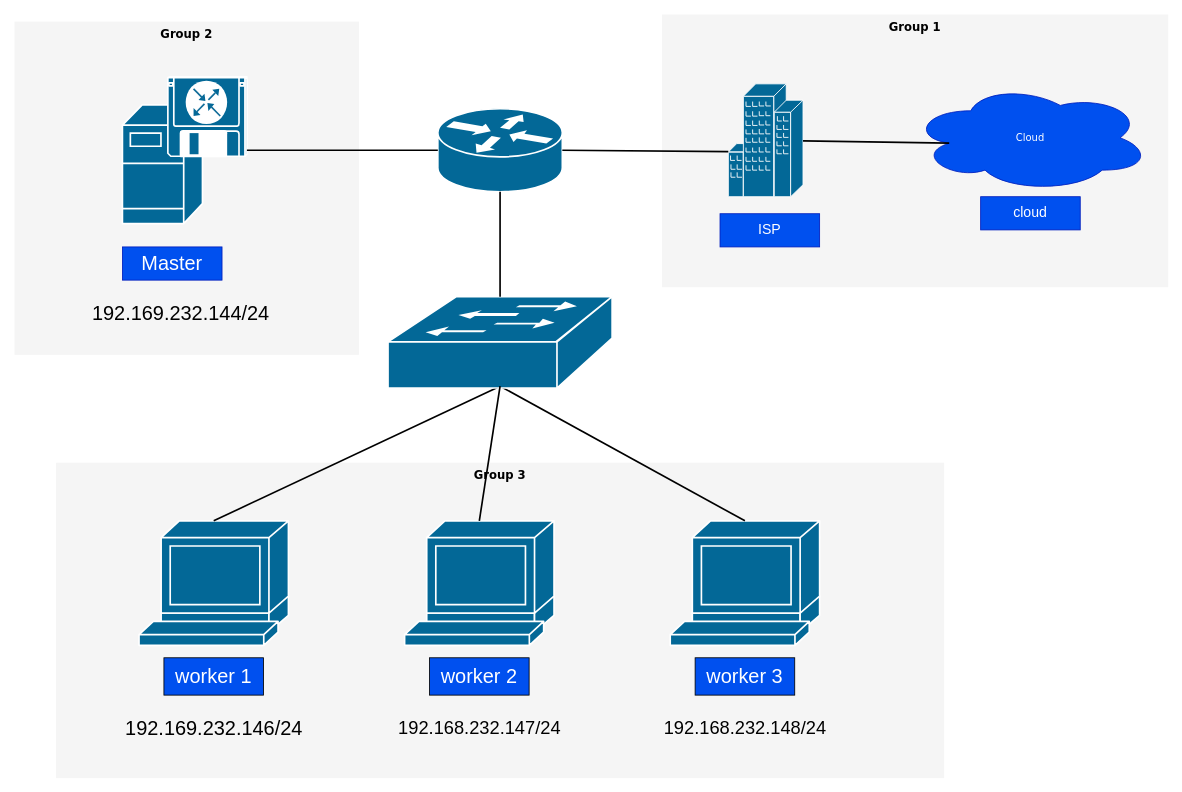
AyoubTe/AyoubTe keeps this draw.io diagram as Diagramme sans nom.drawio. Above is the earlier version. Source tidied: cells renumbered, new cells numbered last; positions are measured from the earlier drawing's top-left corner, leaving out a move shared by most shapes. Both pictures are drawn from the tidied source at 83%, with x=0, y=0 at pixel (14, 14).
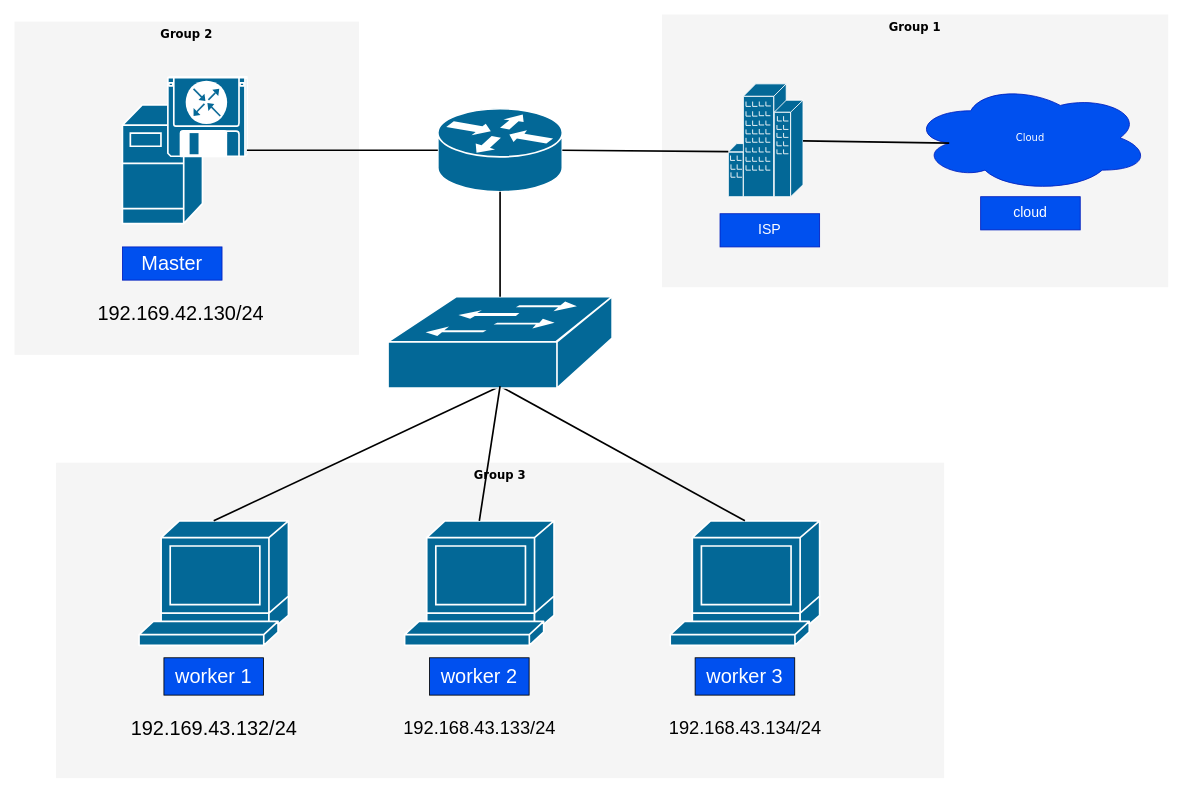
After the change.

Diff of the diagram source:
```diff
@@
-    <mxCell id="20" value="&lt;font style=&quot;font-size: 24px;&quot;&gt;192.169.232.146/24&lt;/font&gt;" style="text;html=1;align=center;verticalAlign=middle;strokeColor=none;fillColor=none;" parent="1" vertex="1">
-      <mxGeometry x="120" y="840" width="240" height="40" as="geometry" />
+    <mxCell id="20" value="&lt;font style=&quot;font-size: 24px;&quot;&gt;192.169.43.132/24&lt;/font&gt;" style="text;html=1;align=center;verticalAlign=middle;strokeColor=none;fillColor=none;" parent="1" vertex="1">
+      <mxGeometry x="130" y="840" width="220" height="40" as="geometry" />
     </mxCell>
-    <mxCell id="21" value="&lt;font style=&quot;font-size: 22px;&quot;&gt;192.168.232.147/24&lt;/font&gt;" style="text;html=1;align=center;verticalAlign=middle;strokeColor=none;fillColor=none;" parent="1" vertex="1">
-      <mxGeometry x="450" y="840" width="220" height="40" as="geometry" />
+    <mxCell id="21" value="&lt;font style=&quot;font-size: 22px;&quot;&gt;192.168.43.133/24&lt;/font&gt;" style="text;html=1;align=center;verticalAlign=middle;strokeColor=none;fillColor=none;" parent="1" vertex="1">
+      <mxGeometry x="455" y="840" width="210" height="40" as="geometry" />
     </mxCell>
-    <mxCell id="22" value="&lt;font style=&quot;font-size: 22px;&quot;&gt;192.168.232.148/24&lt;/font&gt;" style="text;html=1;align=center;verticalAlign=middle;strokeColor=none;fillColor=none;" parent="1" vertex="1">
-      <mxGeometry x="770" y="840" width="220" height="40" as="geometry" />
+    <mxCell id="22" value="&lt;font style=&quot;font-size: 22px;&quot;&gt;192.168.43.134/24&lt;/font&gt;" style="text;html=1;align=center;verticalAlign=middle;strokeColor=none;fillColor=none;" parent="1" vertex="1">
+      <mxGeometry x="775" y="840" width="210" height="40" as="geometry" />
     </mxCell>
-    <mxCell id="23" value="&lt;font style=&quot;font-size: 24px;&quot;&gt;192.169.232.144/24&lt;/font&gt;" style="text;html=1;align=center;verticalAlign=middle;strokeColor=none;fillColor=none;" parent="1" vertex="1">
-      <mxGeometry x="80" y="340" width="240" height="40" as="geometry" />
+    <mxCell id="23" value="&lt;font style=&quot;font-size: 24px;&quot;&gt;192.169.42.130/24&lt;/font&gt;" style="text;html=1;align=center;verticalAlign=middle;strokeColor=none;fillColor=none;" parent="1" vertex="1">
+      <mxGeometry x="90" y="340" width="220" height="40" as="geometry" />
     </mxCell>
```
